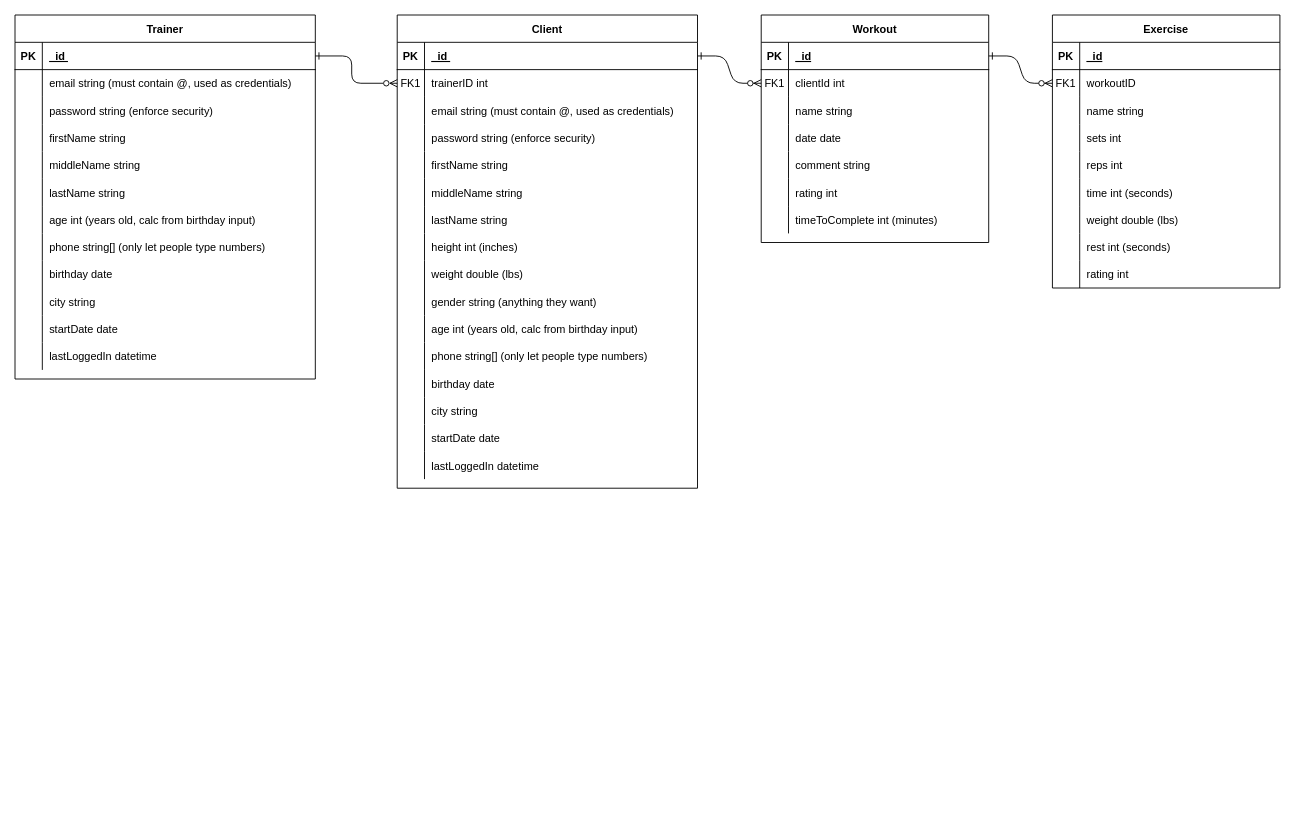
This is Diagrams/CG-ERD.drawio from glerichartwell/COP4331-Large-Project, a draw.io file, before an edit. Source tidied: cells renumbered, new cells numbered last; positions are measured from the earlier drawing's top-left corner, leaving out a move shared by most shapes. Both pictures are drawn from the tidied source at 91%, with x=0, y=0 at pixel (15, 15).
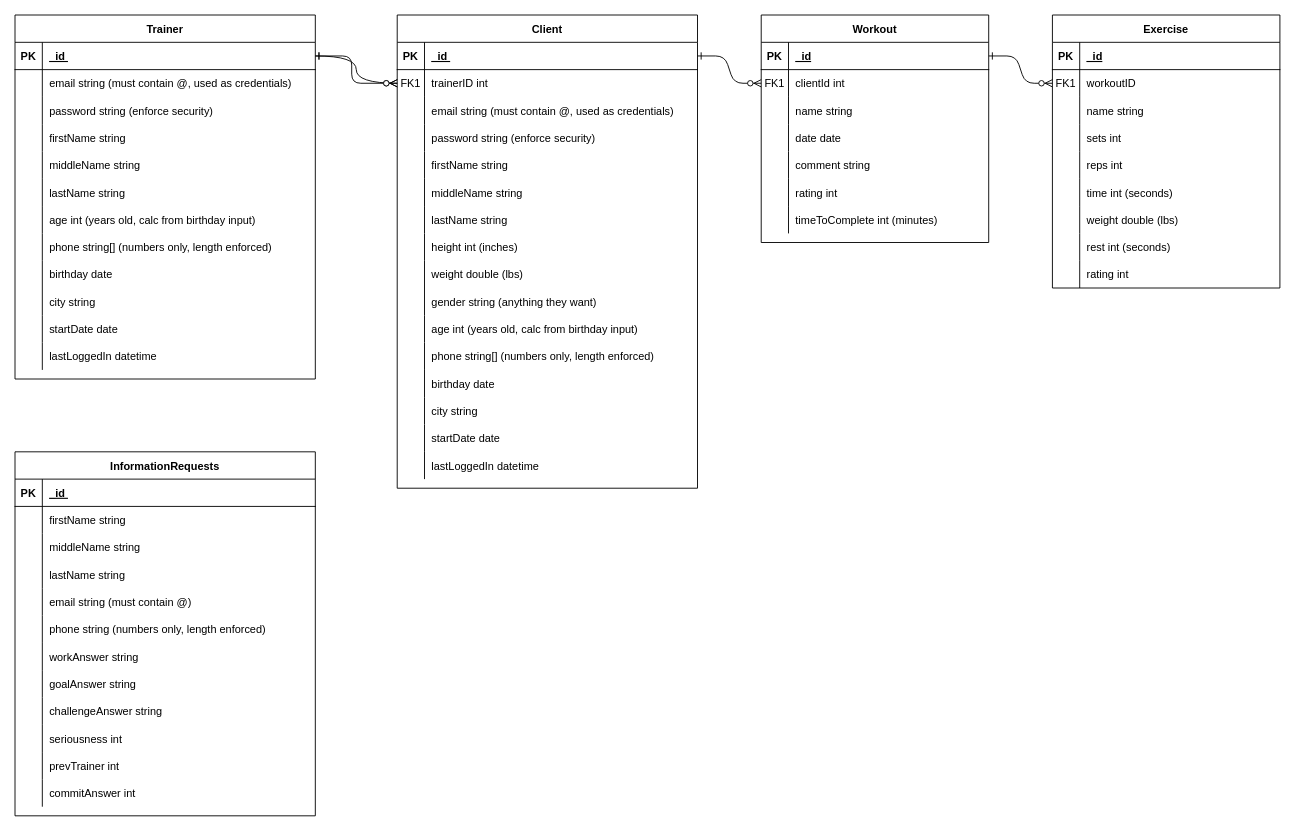
After the change.

Unchanged cells that the change refers to:
```xml
<mxCell id="58" style="shape=partialRectangle;fillColor=none;points=[[0,0.5],[1,0.5]];portConstraint=eastwest;top=0;left=0;right=0;bottom=0;" parent="54" vertex="1">
  <mxGeometry y="60" width="330" height="30" as="geometry" />
</mxCell>
<mxCell id="88" style="shape=partialRectangle;fillColor=none;top=0;left=0;right=0;bottom=0;" parent="54" vertex="1">
  <mxGeometry y="360" width="330" height="30" as="geometry" />
</mxCell>
<mxCell id="104" style="shape=partialRectangle;fillColor=none;points=[[0,0.5],[1,0.5]];portConstraint=eastwest;top=0;left=0;right=0;bottom=1;" parent="103" vertex="1">
  <mxGeometry y="30" width="330" height="30" as="geometry" />
</mxCell>
<mxCell id="125" style="shape=partialRectangle;fillColor=none;top=0;left=0;right=0;bottom=0;" parent="103" vertex="1">
  <mxGeometry y="240" width="330" height="30" as="geometry" />
</mxCell>
```

The edit, as a diff of the source:
```diff
@@
-    <mxCell id="90" value="phone string[] (only let people type numbers)" style="shape=partialRectangle;overflow=hidden;fillColor=none;top=0;left=0;bottom=0;right=0;align=left;spacingLeft=6;" parent="88" vertex="1">
+    <mxCell id="90" value="phone string[] (numbers only, length enforced)" style="shape=partialRectangle;overflow=hidden;fillColor=none;top=0;left=0;bottom=0;right=0;align=left;spacingLeft=6;" parent="88" vertex="1">
       <mxGeometry x="30" width="300" height="30" as="geometry" />
     </mxCell>
@@
-    <mxCell id="127" value="phone string[] (only let people type numbers)" style="shape=partialRectangle;overflow=hidden;fillColor=none;top=0;left=0;bottom=0;right=0;align=left;spacingLeft=6;" parent="125" vertex="1">
+    <mxCell id="127" value="phone string[] (numbers only, length enforced)" style="shape=partialRectangle;overflow=hidden;fillColor=none;top=0;left=0;bottom=0;right=0;align=left;spacingLeft=6;" parent="125" vertex="1">
       <mxGeometry x="30" width="300" height="30" as="geometry" />
     </mxCell>
@@
-    <mxCell id="140" style="edgeStyle=orthogonalEdgeStyle;jettySize=auto;html=1;exitX=1;exitY=0.5;exitDx=0;exitDy=0;entryX=0;entryY=0.5;entryDx=0;entryDy=0;startArrow=ERone;startFill=0;endArrow=ERzeroToMany;endFill=0;strokeColor=default;rounded=1;" parent="1" edge="1" source="104" target="58">
+    <mxCell id="140" style="edgeStyle=orthogonalEdgeStyle;jettySize=auto;html=1;exitX=1;exitY=0.5;exitDx=0;exitDy=0;entryX=0;entryY=0.5;entryDx=0;entryDy=0;startArrow=ERone;startFill=0;endArrow=ERzeroToMany;endFill=1;strokeColor=default;rounded=1;" parent="1" edge="1" source="104" target="58">
       <mxGeometry relative="1" as="geometry">
         <Array as="points">
           <mxPoint x="370" y="45" />
           <mxPoint x="370" y="75" />
         </Array>
       </mxGeometry>
     </mxCell>
+    <mxCell id="141" style="edgeStyle=orthogonalEdgeStyle;rounded=0;jettySize=auto;html=1;exitX=1;exitY=0.5;exitDx=0;exitDy=0;entryX=0;entryY=0.5;entryDx=0;entryDy=0;curved=1;endArrow=ERzeroToMany;endFill=1;startArrow=ERone;startFill=0;" parent="1" edge="1" source="104" target="58">
+      <mxGeometry relative="1" as="geometry" />
+    </mxCell>
+    <mxCell id="142" value="InformationRequests" style="shape=table;startSize=30;childLayout=tableLayout;rowLines=0;fontStyle=1;align=center;" parent="1" vertex="1">
+      <mxGeometry y="480" width="330" height="400" as="geometry" />
+    </mxCell>
+    <mxCell id="143" style="shape=partialRectangle;fillColor=none;top=0;left=0;right=0;bottom=1;" parent="142" vertex="1">
+      <mxGeometry y="30" width="330" height="30" as="geometry" />
+    </mxCell>
+    <mxCell id="144" value="PK" style="shape=partialRectangle;overflow=hidden;fillColor=none;top=0;left=0;bottom=0;right=0;fontStyle=1;" parent="143" vertex="1">
+      <mxGeometry width="30" height="30" as="geometry" />
+    </mxCell>
+    <mxCell id="145" value="_id " style="shape=partialRectangle;overflow=hidden;fillColor=none;top=0;left=0;bottom=0;right=0;align=left;spacingLeft=6;fontStyle=5;" parent="143" vertex="1">
+      <mxGeometry x="30" width="300" height="30" as="geometry" />
+    </mxCell>
+    <mxCell id="146" style="shape=partialRectangle;fillColor=none;top=0;left=0;right=0;bottom=0;" parent="142" vertex="1">
+      <mxGeometry y="60" width="330" height="30" as="geometry" />
+    </mxCell>
+    <mxCell id="147" style="shape=partialRectangle;overflow=hidden;fillColor=none;top=0;left=0;bottom=0;right=0;" parent="146" vertex="1">
+      <mxGeometry width="30" height="30" as="geometry" />
+    </mxCell>
+    <mxCell id="148" value="firstName string" style="shape=partialRectangle;overflow=hidden;fillColor=none;top=0;left=0;bottom=0;right=0;align=left;spacingLeft=6;" parent="146" vertex="1">
+      <mxGeometry x="30" width="300" height="30" as="geometry" />
+    </mxCell>
+    <mxCell id="149" style="shape=partialRectangle;fillColor=none;top=0;left=0;right=0;bottom=0;" parent="142" vertex="1">
+      <mxGeometry y="90" width="330" height="30" as="geometry" />
+    </mxCell>
+    <mxCell id="150" style="shape=partialRectangle;overflow=hidden;fillColor=none;top=0;left=0;bottom=0;right=0;" parent="149" vertex="1">
+      <mxGeometry width="30" height="30" as="geometry" />
+    </mxCell>
+    <mxCell id="151" value="middleName string" style="shape=partialRectangle;overflow=hidden;fillColor=none;top=0;left=0;bottom=0;right=0;align=left;spacingLeft=6;" parent="149" vertex="1">
+      <mxGeometry x="30" width="300" height="30" as="geometry" />
+    </mxCell>
+    <mxCell id="152" style="shape=partialRectangle;fillColor=none;top=0;left=0;right=0;bottom=0;" parent="142" vertex="1">
+      <mxGeometry y="120" width="330" height="30" as="geometry" />
+    </mxCell>
+    <mxCell id="153" style="shape=partialRectangle;overflow=hidden;fillColor=none;top=0;left=0;bottom=0;right=0;" parent="152" vertex="1">
+      <mxGeometry width="30" height="30" as="geometry" />
+    </mxCell>
+    <mxCell id="154" value="lastName string" style="shape=partialRectangle;overflow=hidden;fillColor=none;top=0;left=0;bottom=0;right=0;align=left;spacingLeft=6;" parent="152" vertex="1">
+      <mxGeometry x="30" width="300" height="30" as="geometry" />
+    </mxCell>
+    <mxCell id="155" style="shape=partialRectangle;fillColor=none;top=0;left=0;right=0;bottom=0;" parent="142" vertex="1">
+      <mxGeometry y="150" width="330" height="30" as="geometry" />
+    </mxCell>
+    <mxCell id="156" style="shape=partialRectangle;overflow=hidden;fillColor=none;top=0;left=0;bottom=0;right=0;" parent="155" vertex="1">
+      <mxGeometry width="30" height="30" as="geometry" />
+    </mxCell>
+    <mxCell id="157" value="email string (must contain @)" style="shape=partialRectangle;overflow=hidden;fillColor=none;top=0;left=0;bottom=0;right=0;align=left;spacingLeft=6;" parent="155" vertex="1">
+      <mxGeometry x="30" width="300" height="30" as="geometry" />
+    </mxCell>
+    <mxCell id="158" style="shape=partialRectangle;fillColor=none;top=0;left=0;right=0;bottom=0;" parent="142" vertex="1">
+      <mxGeometry y="180" width="330" height="30" as="geometry" />
+    </mxCell>
+    <mxCell id="159" style="shape=partialRectangle;overflow=hidden;fillColor=none;top=0;left=0;bottom=0;right=0;" parent="158" vertex="1">
+      <mxGeometry width="30" height="30" as="geometry" />
+    </mxCell>
+    <mxCell id="160" value="phone string (numbers only, length enforced)" style="shape=partialRectangle;overflow=hidden;fillColor=none;top=0;left=0;bottom=0;right=0;align=left;spacingLeft=6;" parent="158" vertex="1">
+      <mxGeometry x="30" width="300" height="30" as="geometry" />
+    </mxCell>
+    <mxCell id="161" style="shape=partialRectangle;fillColor=none;top=0;left=0;right=0;bottom=0;" parent="142" vertex="1">
+      <mxGeometry y="210" width="330" height="30" as="geometry" />
+    </mxCell>
+    <mxCell id="162" style="shape=partialRectangle;overflow=hidden;fillColor=none;top=0;left=0;bottom=0;right=0;" parent="161" vertex="1">
+      <mxGeometry width="30" height="30" as="geometry" />
+    </mxCell>
+    <mxCell id="163" value="workAnswer string" style="shape=partialRectangle;overflow=hidden;fillColor=none;top=0;left=0;bottom=0;right=0;align=left;spacingLeft=6;" parent="161" vertex="1">
+      <mxGeometry x="30" width="300" height="30" as="geometry" />
+    </mxCell>
+    <mxCell id="164" style="shape=partialRectangle;fillColor=none;top=0;left=0;right=0;bottom=0;" parent="142" vertex="1">
+      <mxGeometry y="240" width="330" height="30" as="geometry" />
+    </mxCell>
+    <mxCell id="165" style="shape=partialRectangle;overflow=hidden;fillColor=none;top=0;left=0;bottom=0;right=0;" parent="164" vertex="1">
+      <mxGeometry width="30" height="30" as="geometry" />
+    </mxCell>
+    <mxCell id="166" value="goalAnswer string" style="shape=partialRectangle;overflow=hidden;fillColor=none;top=0;left=0;bottom=0;right=0;align=left;spacingLeft=6;" parent="164" vertex="1">
+      <mxGeometry x="30" width="300" height="30" as="geometry" />
+    </mxCell>
+    <mxCell id="167" style="shape=partialRectangle;fillColor=none;top=0;left=0;right=0;bottom=0;" parent="142" vertex="1">
+      <mxGeometry y="270" width="330" height="30" as="geometry" />
+    </mxCell>
+    <mxCell id="168" style="shape=partialRectangle;overflow=hidden;fillColor=none;top=0;left=0;bottom=0;right=0;" parent="167" vertex="1">
+      <mxGeometry width="30" height="30" as="geometry" />
+    </mxCell>
+    <mxCell id="169" value="challengeAnswer string" style="shape=partialRectangle;overflow=hidden;fillColor=none;top=0;left=0;bottom=0;right=0;align=left;spacingLeft=6;" parent="167" vertex="1">
+      <mxGeometry x="30" width="300" height="30" as="geometry" />
+    </mxCell>
+    <mxCell id="170" style="shape=partialRectangle;fillColor=none;top=0;left=0;right=0;bottom=0;" parent="142" vertex="1">
+      <mxGeometry y="300" width="330" height="30" as="geometry" />
+    </mxCell>
+    <mxCell id="171" style="shape=partialRectangle;overflow=hidden;fillColor=none;top=0;left=0;bottom=0;right=0;" parent="170" vertex="1">
+      <mxGeometry width="30" height="30" as="geometry" />
+    </mxCell>
+    <mxCell id="172" value="seriousness int" style="shape=partialRectangle;overflow=hidden;fillColor=none;top=0;left=0;bottom=0;right=0;align=left;spacingLeft=6;" parent="170" vertex="1">
+      <mxGeometry x="30" width="300" height="30" as="geometry" />
+    </mxCell>
+    <mxCell id="173" style="shape=partialRectangle;fillColor=none;top=0;left=0;right=0;bottom=0;" parent="142" vertex="1">
+      <mxGeometry y="330" width="330" height="30" as="geometry" />
+    </mxCell>
+    <mxCell id="174" style="shape=partialRectangle;overflow=hidden;fillColor=none;top=0;left=0;bottom=0;right=0;" parent="173" vertex="1">
+      <mxGeometry width="30" height="30" as="geometry" />
+    </mxCell>
+    <mxCell id="175" value="prevTrainer int" style="shape=partialRectangle;overflow=hidden;fillColor=none;top=0;left=0;bottom=0;right=0;align=left;spacingLeft=6;" parent="173" vertex="1">
+      <mxGeometry x="30" width="300" height="30" as="geometry" />
+    </mxCell>
+    <mxCell id="176" style="shape=partialRectangle;fillColor=none;top=0;left=0;right=0;bottom=0;" parent="142" vertex="1">
+      <mxGeometry y="360" width="330" height="30" as="geometry" />
+    </mxCell>
+    <mxCell id="177" style="shape=partialRectangle;overflow=hidden;fillColor=none;top=0;left=0;bottom=0;right=0;" parent="176" vertex="1">
+      <mxGeometry width="30" height="30" as="geometry" />
+    </mxCell>
+    <mxCell id="178" value="commitAnswer int " style="shape=partialRectangle;overflow=hidden;fillColor=none;top=0;left=0;bottom=0;right=0;align=left;spacingLeft=6;" parent="176" vertex="1">
+      <mxGeometry x="30" width="300" height="30" as="geometry" />
+    </mxCell>
```
